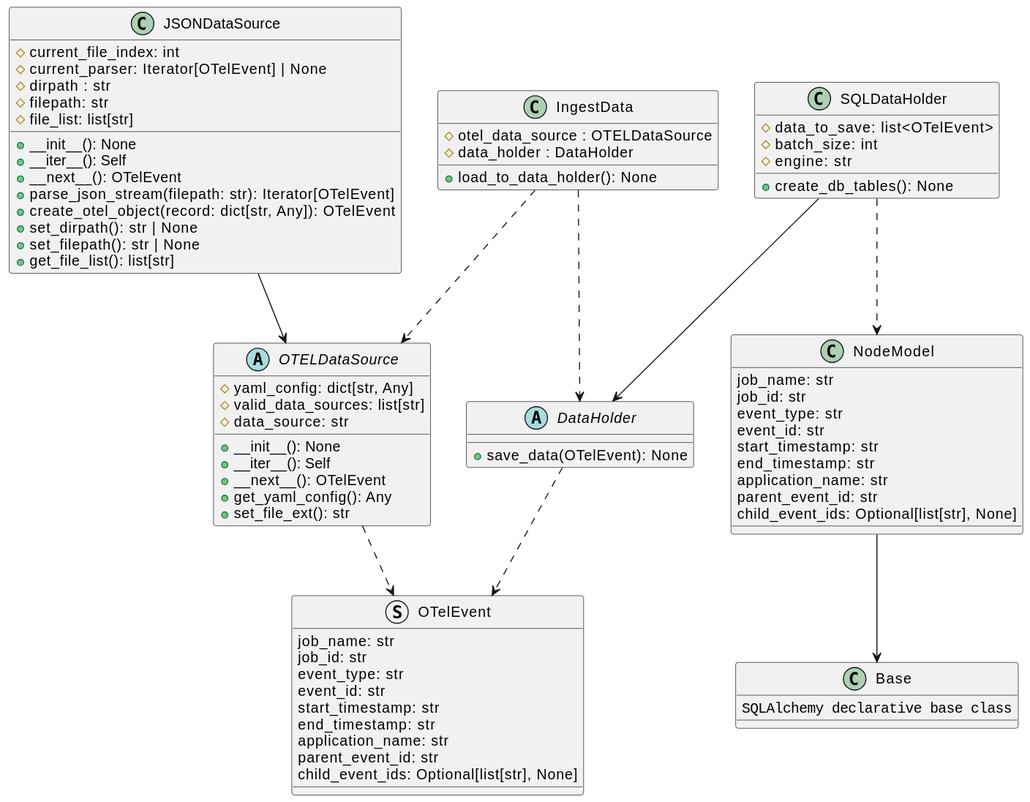
Before: docs/development/design/3-DN-Retrieving_unique_graphs_from_Otel_data/class_diagrams.svg, a diagram exported from PlantUML (xtuml/otel2puml).
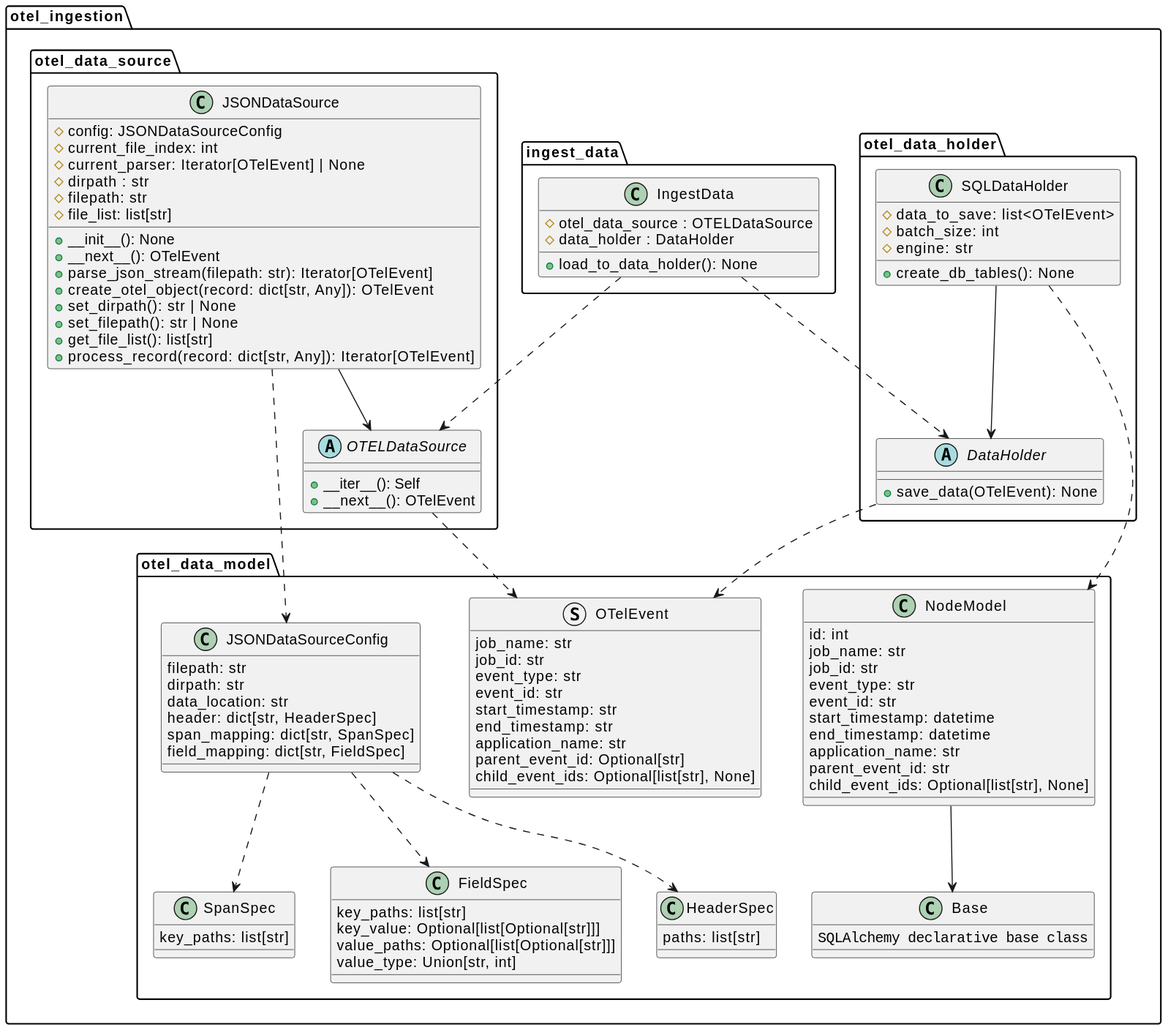
The same file after the commit.

Commit message:
Update design note and class diagrams with up to date information (#40)

* Update design note and class diagrams with up to date information

* Update class diagrams with config class

Change to the diagram source:
```diff
@@ -1,5 +1,5 @@
 @startuml
-struct OTelEvent {
+struct otel_ingestion.otel_data_model.OTelEvent {
     job_name: str
     job_id: str
     event_type: str
@@ -7,76 +7,111 @@
     start_timestamp: str
     end_timestamp: str
     application_name: str
-    parent_event_id: str
+    parent_event_id: Optional[str]
     child_event_ids: Optional[list[str], None]
 }
 
-abstract class OTELDataSource {
-    #yaml_config: dict[str, Any]
-    #valid_data_sources: list[str]
-    #data_source: str
-    +__init__(): None
+abstract class otel_ingestion.otel_data_source.OTELDataSource {
     +__iter__(): Self
     +__next__(): OTelEvent
-    +get_yaml_config(): Any
-    +set_file_ext(): str
 }
 
-class JSONDataSource {
+class otel_ingestion.otel_data_source.JSONDataSource {
+    #config: JSONDataSourceConfig
     #current_file_index: int
     #current_parser: Iterator[OTelEvent] | None
     #dirpath : str
     #filepath: str
     #file_list: list[str]
     +__init__(): None
-    +__iter__(): Self
     +__next__(): OTelEvent
     +parse_json_stream(filepath: str): Iterator[OTelEvent]
     +create_otel_object(record: dict[str, Any]): OTelEvent
     +set_dirpath(): str | None
     +set_filepath(): str | None
     +get_file_list(): list[str]
+    +process_record(record: dict[str, Any]): Iterator[OTelEvent]
 }
 
-class SQLDataHolder {
+class otel_ingestion.otel_data_holder.SQLDataHolder {
     #data_to_save: list<OTelEvent>
     #batch_size: int
     #engine: str
     +create_db_tables(): None
 }
 
-class NodeModel {
+class otel_ingestion.otel_data_model.NodeModel {
+    id: int
     job_name: str
     job_id: str
     event_type: str
     event_id: str
-    start_timestamp: str
-    end_timestamp: str
+    start_timestamp: datetime
+    end_timestamp: datetime
     application_name: str
     parent_event_id: str
     child_event_ids: Optional[list[str], None]
 }
 
-class Base {
+class otel_ingestion.otel_data_model.Base {
     ""SQLAlchemy declarative base class""
 }
 
-abstract class DataHolder {
+abstract class otel_ingestion.otel_data_holder.DataHolder {
     +save_data(OTelEvent): None
 }
 
-class IngestData {
+class otel_ingestion.ingest_data.IngestData {
     #otel_data_source : OTELDataSource
     #data_holder : DataHolder
     +load_to_data_holder(): None
 }
 
-IngestData ..> OTELDataSource
-IngestData ..> DataHolder
-OTELDataSource ..> OTelEvent
-JSONDataSource --> OTELDataSource
-SQLDataHolder --> DataHolder
-SQLDataHolder ..> NodeModel
-NodeModel --> Base
-DataHolder ..> OTelEvent
+class otel_ingestion.otel_data_model.JSONDataSourceConfig {
+    filepath: str
+    dirpath: str
+    data_location: str
+    header: dict[str, HeaderSpec]
+    span_mapping: dict[str, SpanSpec]
+    field_mapping: dict[str, FieldSpec]
+}
+
+class otel_ingestion.otel_data_model.HeaderSpec {
+    paths: list[str]
+}
+
+class otel_ingestion.otel_data_model.SpanSpec {
+    key_paths: list[str]
+}
+
+class otel_ingestion.otel_data_model.FieldSpec {
+    key_paths: list[str]
+    key_value: Optional[list[Optional[str]]]
+    value_paths: Optional[list[Optional[str]]]
+    value_type: Union[str, int]
+}
+
+otel_ingestion.ingest_data.IngestData ..> otel_ingestion.otel_data_source.OTELDataSource
+
+otel_ingestion.ingest_data.IngestData ..> otel_ingestion.otel_data_holder.DataHolder
+
+otel_ingestion.otel_data_source.OTELDataSource ..> otel_ingestion.otel_data_model.OTelEvent
+
+otel_ingestion.otel_data_source.JSONDataSource --> otel_ingestion.otel_data_source.OTELDataSource
+
+otel_ingestion.otel_data_holder.SQLDataHolder --> otel_ingestion.otel_data_holder.DataHolder
+
+otel_ingestion.otel_data_holder.SQLDataHolder ..> otel_ingestion.otel_data_model.NodeModel
+
+otel_ingestion.otel_data_model.NodeModel --> otel_ingestion.otel_data_model.Base
+
+otel_ingestion.otel_data_holder.DataHolder ..> otel_ingestion.otel_data_model.OTelEvent
+
+otel_ingestion.otel_data_source.JSONDataSource ..> otel_ingestion.otel_data_model.JSONDataSourceConfig
+
+otel_ingestion.otel_data_model.JSONDataSourceConfig ..> otel_ingestion.otel_data_model.HeaderSpec
+
+otel_ingestion.otel_data_model.JSONDataSourceConfig ..> otel_ingestion.otel_data_model.SpanSpec
+
+otel_ingestion.otel_data_model.JSONDataSourceConfig ..> otel_ingestion.otel_data_model.FieldSpec
 @enduml
```
